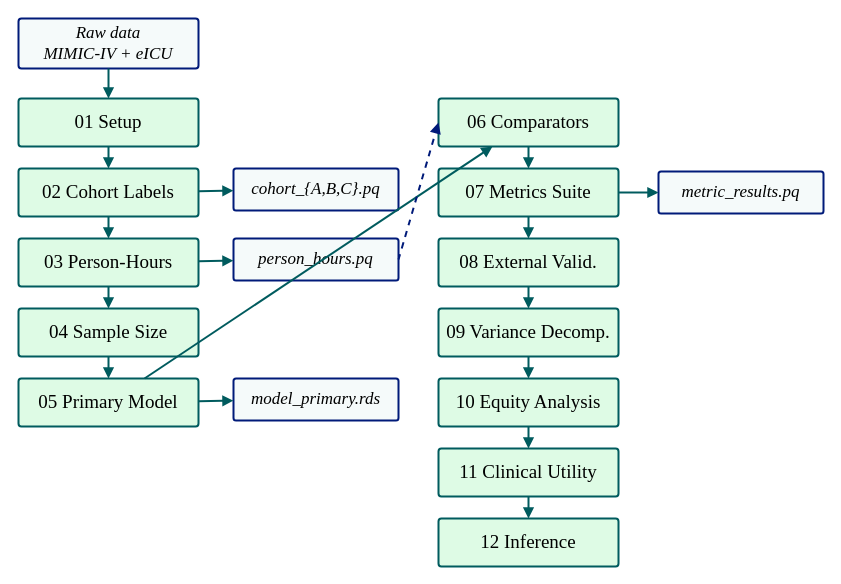
This is sepsis/thesis/figures-src/fig4.1_pipeline_dag.drawio from ahadarif007/sepsis-variance-decomposition, a draw.io file, before an edit. Source tidied: cells renumbered, new cells numbered last; positions are measured from the earlier drawing's top-left corner, leaving out a move shared by most shapes. Both pictures are drawn from the tidied source at 100%, with x=0, y=0 at pixel (18, 18).
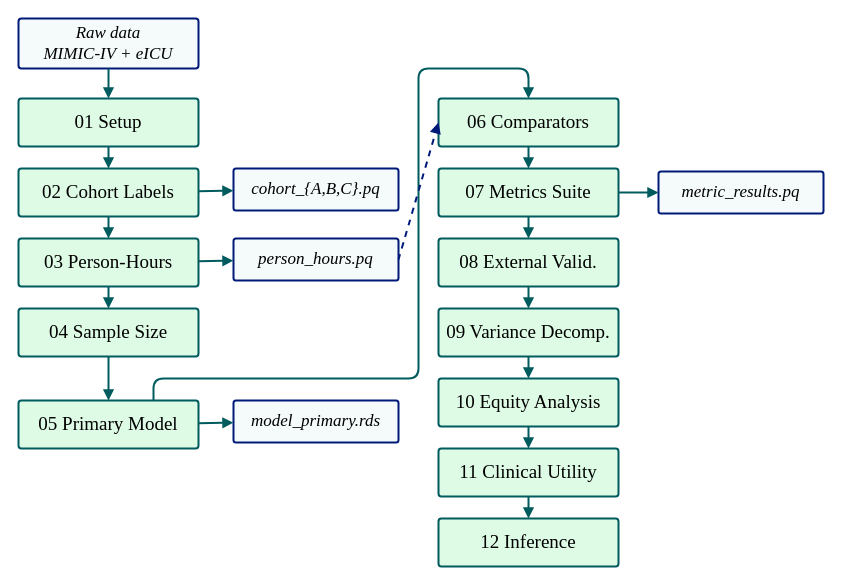
Above is the later version.

The change refers to these unchanged cells:
```xml
<mxCell id="8" value="06 Comparators" style="rounded=1;arcSize=6;whiteSpace=wrap;html=1;fillColor=#ACF5BD;fillOpacity=40;strokeColor=#005B5E;strokeWidth=2;fontSize=19;fontFamily=Times New Roman;" parent="1" vertex="1">
  <mxGeometry x="420" y="80" width="180" height="48" as="geometry" />
</mxCell>
```

What changed in the source:
```diff
@@
     <mxCell id="7" value="05 Primary Model" style="rounded=1;arcSize=6;whiteSpace=wrap;html=1;fillColor=#ACF5BD;fillOpacity=40;strokeColor=#005B5E;strokeWidth=2;fontSize=19;fontFamily=Times New Roman;" parent="1" vertex="1">
-      <mxGeometry y="360" width="180" height="48" as="geometry" />
+      <mxGeometry y="382" width="180" height="48" as="geometry" />
     </mxCell>
@@
     <mxCell id="17" value="model_primary.rds" style="rounded=1;arcSize=6;whiteSpace=wrap;html=1;fillColor=#CCE5E6;fillOpacity=20;strokeColor=#001A79;strokeWidth=2;fontSize=17;fontStyle=2;fontFamily=Times New Roman;" parent="1" vertex="1">
-      <mxGeometry x="215" y="360" width="165" height="42" as="geometry" />
+      <mxGeometry x="215" y="382" width="165" height="42" as="geometry" />
     </mxCell>
@@
-    <mxCell id="24" style="endArrow=block;html=1;strokeColor=#005B5E;strokeWidth=2;fontFamily=Times New Roman;" parent="1" edge="1" source="7" target="8">
-      <mxGeometry relative="1" as="geometry" />
+    <mxCell id="24" style="endArrow=block;html=1;strokeColor=#005B5E;strokeWidth=2;fontFamily=Times New Roman;exitX=0.75;exitY=0;exitDx=0;exitDy=0;entryX=0.5;entryY=0;entryDx=0;entryDy=0;" parent="1" edge="1" source="7" target="8">
+      <mxGeometry relative="1" as="geometry">
+        <Array as="points">
+          <mxPoint x="135" y="360" />
+          <mxPoint x="400" y="360" />
+          <mxPoint x="400" y="50" />
+          <mxPoint x="510" y="50" />
+        </Array>
+      </mxGeometry>
     </mxCell>
```
